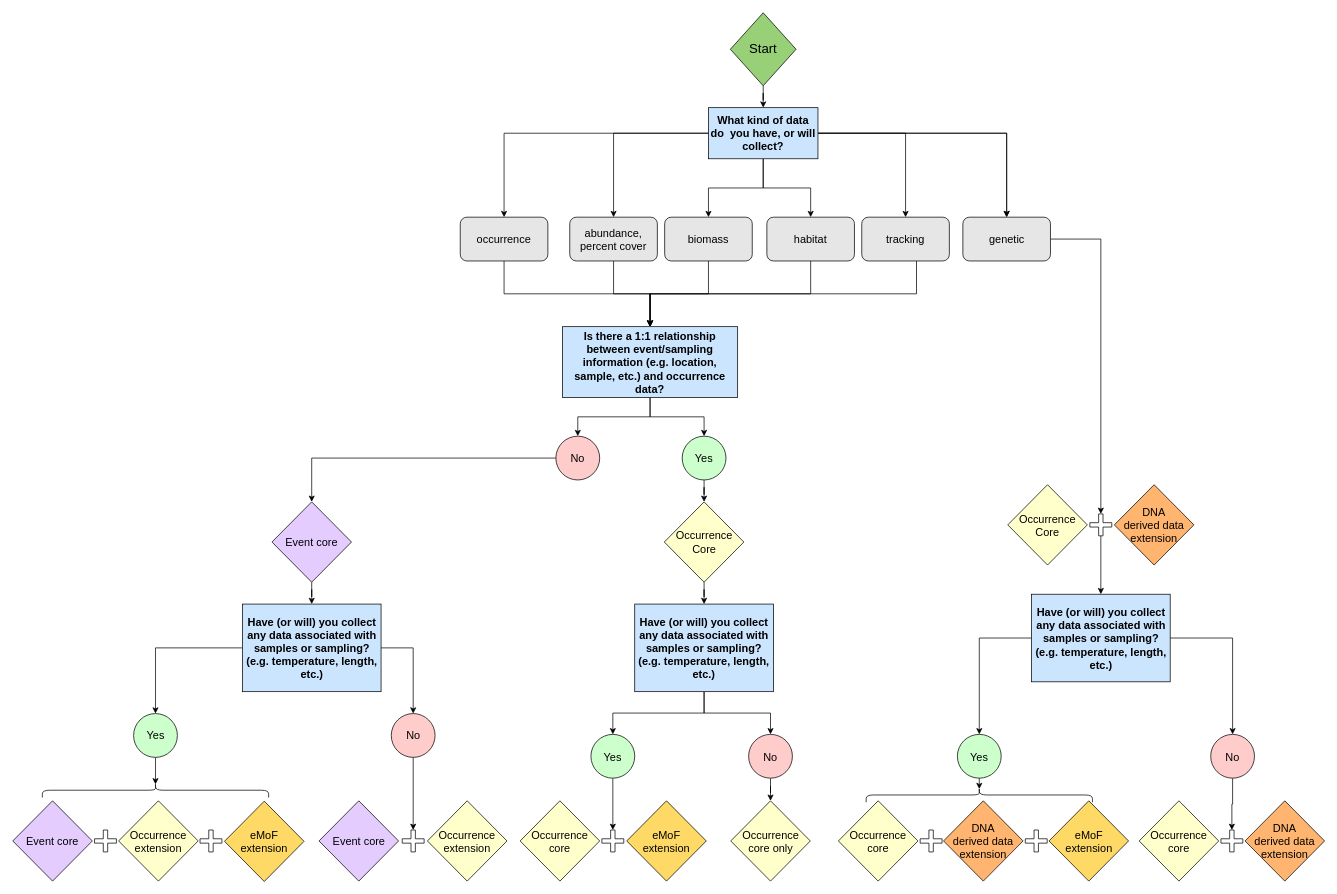
Before: OBIS-data.drawio in iobis/manual, a draw.io diagram. Source tidied: cells renumbered, new cells numbered last; positions are measured from the earlier drawing's top-left corner, leaving out a move shared by most shapes. Both pictures are drawn from the tidied source at 73%, with x=0, y=0 at pixel (12, 12).
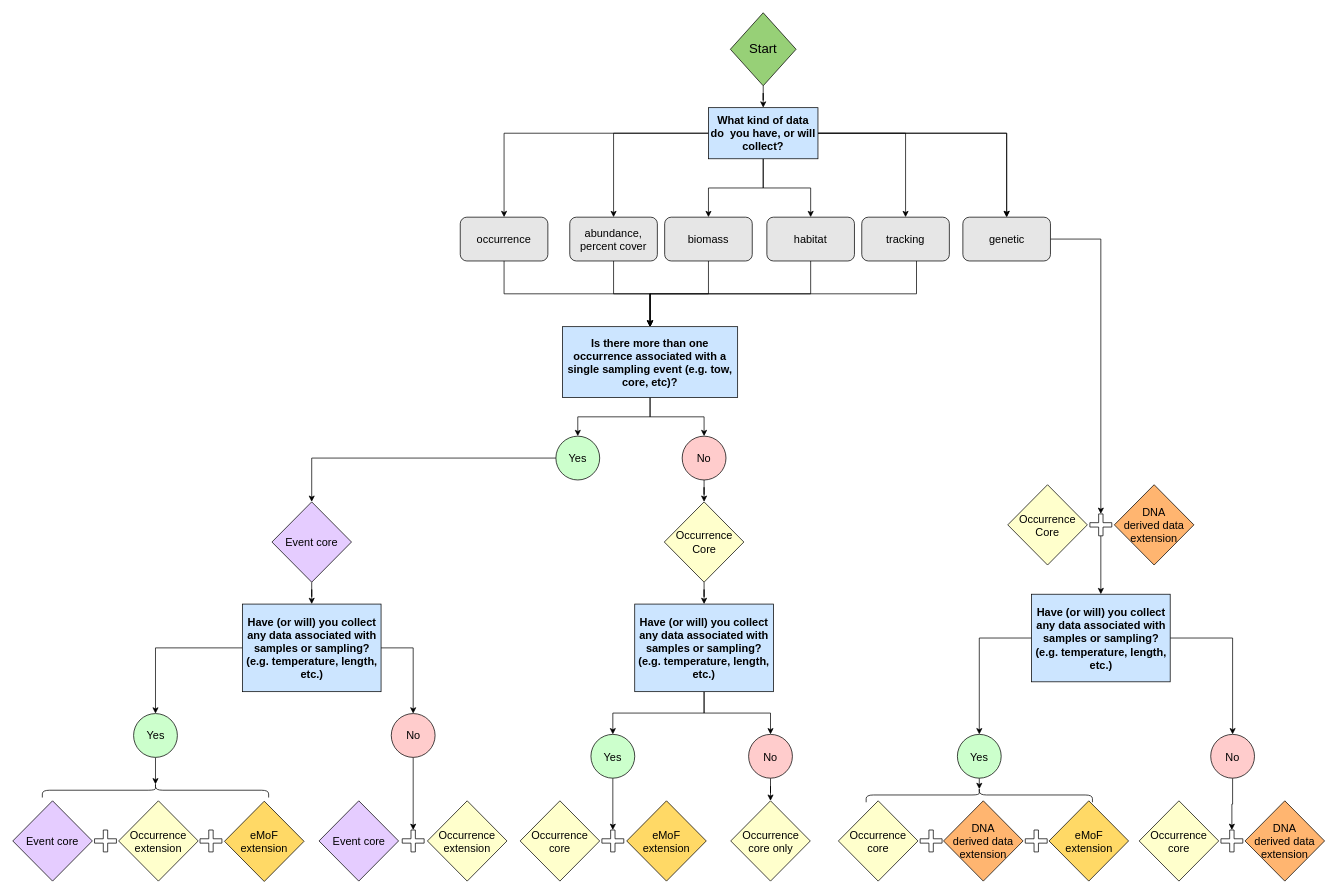
After the change.

Commit message (it also covers changes not shown here):
update dataset structure flowchart wording

* changed wording from "Is there a 1:1 relationship between event/sampling information" to "Is there more than one occurrence associated with a single sampling even" to clarify wording after feedback that it was confusing

The change refers to these unchanged cells:
```xml
<mxCell id="33" value="Event core" style="rhombus;whiteSpace=wrap;html=1;fillColor=#E5CCFF;fontSize=15;" parent="1" vertex="1">
  <mxGeometry x="355" y="670" width="109" height="110" as="geometry" />
</mxCell>
<mxCell id="35" value="Occurrence Core" style="rhombus;whiteSpace=wrap;html=1;fillColor=#FFFFCC;fontSize=15;" parent="1" vertex="1">
  <mxGeometry x="892.5" y="670" width="109" height="110" as="geometry" />
</mxCell>
```

Change to the diagram source:
```diff
@@
-    <mxCell id="22" value="&lt;span class=&quot;notion-enable-hover&quot;&gt;Is there a 1:1 relationship between event/sampling information (e.g. location, sample, etc.) and occurrence data?&lt;/span&gt;" style="whiteSpace=wrap;html=1;rounded=0;fontStyle=1;fillColor=#CCE5FF;fontSize=15;" parent="1" vertex="1">
+    <mxCell id="22" value="&lt;span class=&quot;notion-enable-hover&quot;&gt;Is there more than one occurrence associated with a single sampling event (e.g. tow, core, etc)?&lt;/span&gt;" style="whiteSpace=wrap;html=1;rounded=0;fontStyle=1;fillColor=#CCE5FF;fontSize=15;" parent="1" vertex="1">
       <mxGeometry x="753" y="430" width="240" height="97" as="geometry" />
     </mxCell>
@@
-    <mxCell id="25" style="edgeStyle=orthogonalEdgeStyle;rounded=0;jettySize=auto;html=1;fontSize=15;exitX=0;exitY=0.5;exitDx=0;exitDy=0;" parent="1" edge="1" source="28" target="33">
+    <mxCell id="25" style="edgeStyle=orthogonalEdgeStyle;rounded=0;jettySize=auto;html=1;fontSize=15;exitX=0;exitY=0.5;exitDx=0;exitDy=0;" parent="1" edge="1" source="26" target="33">
       <mxGeometry relative="1" as="geometry" />
     </mxCell>
     <mxCell id="26" value="Yes" style="ellipse;whiteSpace=wrap;html=1;fillColor=#CCFFCC;fontSize=15;" parent="1" vertex="1">
-      <mxGeometry x="917" y="580" width="60" height="60" as="geometry" />
+      <mxGeometry x="744" y="580" width="60" height="60" as="geometry" />
     </mxCell>
-    <mxCell id="27" style="edgeStyle=orthogonalEdgeStyle;rounded=0;jettySize=auto;html=1;fontSize=15;exitX=0.5;exitY=1;exitDx=0;exitDy=0;" parent="1" edge="1" source="26" target="35">
+    <mxCell id="27" style="edgeStyle=orthogonalEdgeStyle;rounded=0;jettySize=auto;html=1;fontSize=15;exitX=0.5;exitY=1;exitDx=0;exitDy=0;" parent="1" edge="1" source="28" target="35">
       <mxGeometry relative="1" as="geometry" />
     </mxCell>
     <mxCell id="28" value="No" style="ellipse;whiteSpace=wrap;html=1;fillColor=#FFCCCC;fontSize=15;" parent="1" vertex="1">
-      <mxGeometry x="744" y="580" width="60" height="60" as="geometry" />
+      <mxGeometry x="917" y="580" width="60" height="60" as="geometry" />
     </mxCell>
```
